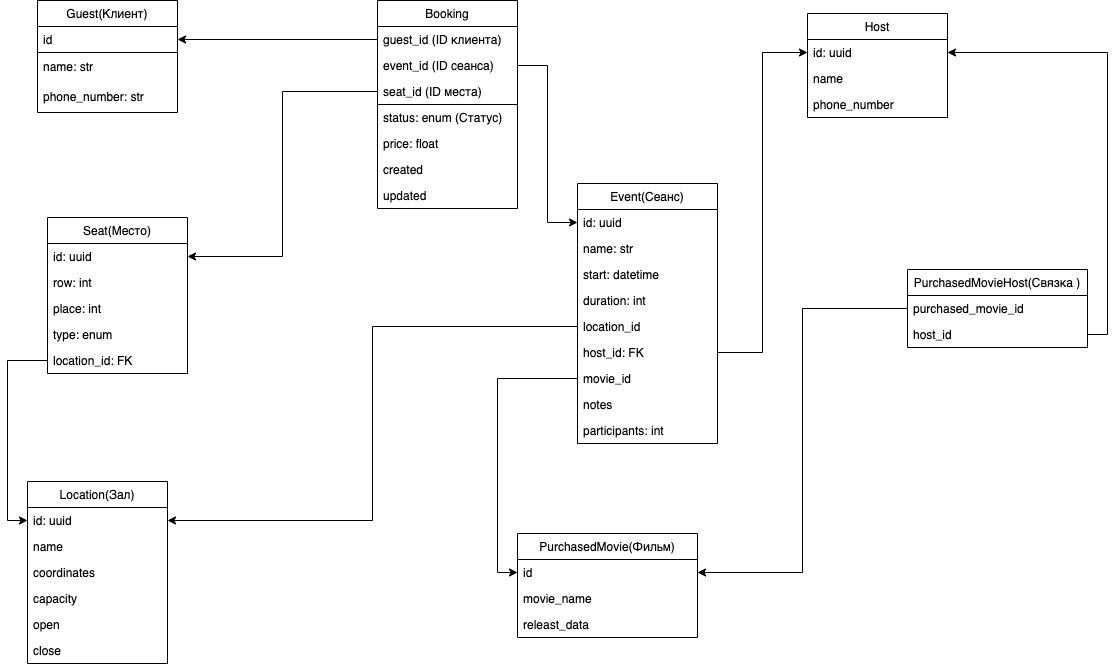
Before: docs/architecture/db-schema-v2.png, a diagram exported from draw.io (IRepeva/Booking_service). Source tidied: cells renumbered, new cells last; positions are measured from the earlier drawing's top-left corner, leaving out a move shared by most shapes.
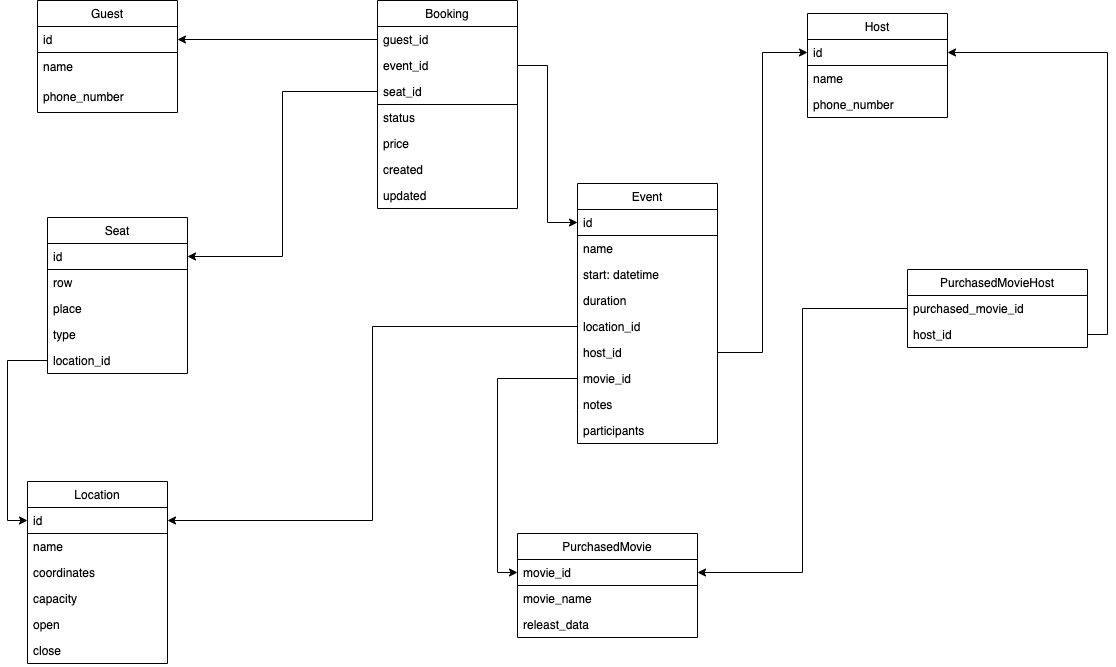
The same file after the commit.

What changed in the source:
```diff
@@ -2,25 +2,25 @@
   <root>
     <mxCell id="0" />
     <mxCell id="1" parent="0" />
-    <mxCell id="2" value="Event(Сеанс)" style="swimlane;fontStyle=0;horizontal=1;startSize=26;fillColor=none;" parent="1" vertex="1">
+    <mxCell id="2" value="Event" style="swimlane;fontStyle=0;horizontal=1;startSize=26;fillColor=none;" parent="1" vertex="1">
       <mxGeometry x="550" y="183" width="140" height="260" as="geometry" />
     </mxCell>
-    <mxCell id="3" value="id: uuid" style="text;strokeColor=none;fillColor=none;align=left;verticalAlign=top;spacingLeft=4;spacingRight=4;overflow=hidden;points=[[0,0.5],[1,0.5]];portConstraint=eastwest;" parent="2" vertex="1">
+    <mxCell id="3" value="id" style="text;strokeColor=default;fillColor=none;align=left;verticalAlign=top;spacingLeft=4;spacingRight=4;overflow=hidden;points=[[0,0.5],[1,0.5]];portConstraint=eastwest;" parent="2" vertex="1">
       <mxGeometry y="26" width="140" height="26" as="geometry" />
     </mxCell>
-    <mxCell id="4" value="name: str" style="text;strokeColor=none;fillColor=none;align=left;verticalAlign=top;spacingLeft=4;spacingRight=4;overflow=hidden;" parent="2" vertex="1">
+    <mxCell id="4" value="name" style="text;strokeColor=none;fillColor=none;align=left;verticalAlign=top;spacingLeft=4;spacingRight=4;overflow=hidden;" parent="2" vertex="1">
       <mxGeometry y="52" width="140" height="26" as="geometry" />
     </mxCell>
     <mxCell id="5" value="start: datetime" style="text;strokeColor=none;fillColor=none;align=left;verticalAlign=top;spacingLeft=4;spacingRight=4;overflow=hidden;" parent="2" vertex="1">
       <mxGeometry y="78" width="140" height="26" as="geometry" />
     </mxCell>
-    <mxCell id="6" value="duration: int" style="text;strokeColor=none;fillColor=none;align=left;verticalAlign=top;spacingLeft=4;spacingRight=4;overflow=hidden;" parent="2" vertex="1">
+    <mxCell id="6" value="duration" style="text;strokeColor=none;fillColor=none;align=left;verticalAlign=top;spacingLeft=4;spacingRight=4;overflow=hidden;" parent="2" vertex="1">
       <mxGeometry y="104" width="140" height="26" as="geometry" />
     </mxCell>
     <mxCell id="7" value="location_id" style="text;strokeColor=none;fillColor=none;align=left;verticalAlign=top;spacingLeft=4;spacingRight=4;overflow=hidden;points=[[0,0.5],[1,0.5]];portConstraint=eastwest;" parent="2" vertex="1">
       <mxGeometry y="130" width="140" height="26" as="geometry" />
     </mxCell>
-    <mxCell id="8" value="host_id: FK" style="text;strokeColor=none;fillColor=none;align=left;verticalAlign=top;spacingLeft=4;spacingRight=4;overflow=hidden;points=[[0,0.5],[1,0.5]];portConstraint=eastwest;" parent="2" vertex="1">
+    <mxCell id="8" value="host_id" style="text;strokeColor=none;fillColor=none;align=left;verticalAlign=top;spacingLeft=4;spacingRight=4;overflow=hidden;points=[[0,0.5],[1,0.5]];portConstraint=eastwest;" parent="2" vertex="1">
       <mxGeometry y="156" width="140" height="26" as="geometry" />
     </mxCell>
     <mxCell id="9" value="movie_id" style="text;strokeColor=none;fillColor=none;align=left;verticalAlign=top;spacingLeft=4;spacingRight=4;overflow=hidden;points=[[0,0.5],[1,0.5]];portConstraint=eastwest;" parent="2" vertex="1">
@@ -29,13 +29,13 @@
     <mxCell id="10" value="notes" style="text;strokeColor=none;fillColor=none;align=left;verticalAlign=top;spacingLeft=4;spacingRight=4;overflow=hidden;" parent="2" vertex="1">
       <mxGeometry y="208" width="140" height="26" as="geometry" />
     </mxCell>
-    <mxCell id="11" value="participants: int" style="text;strokeColor=none;fillColor=none;align=left;verticalAlign=top;spacingLeft=4;spacingRight=4;overflow=hidden;" parent="2" vertex="1">
+    <mxCell id="11" value="participants" style="text;strokeColor=none;fillColor=none;align=left;verticalAlign=top;spacingLeft=4;spacingRight=4;overflow=hidden;" parent="2" vertex="1">
       <mxGeometry y="234" width="140" height="26" as="geometry" />
     </mxCell>
-    <mxCell id="12" value="Location(Зал)" style="swimlane;fontStyle=0;horizontal=1;startSize=26;fillColor=none;fontColor=#000000;" parent="1" vertex="1">
+    <mxCell id="12" value="Location" style="swimlane;fontStyle=0;horizontal=1;startSize=26;fillColor=none;fontColor=#000000;" parent="1" vertex="1">
       <mxGeometry y="481" width="140" height="182" as="geometry" />
     </mxCell>
-    <mxCell id="13" value="id: uuid" style="text;strokeColor=none;fillColor=none;align=left;verticalAlign=top;spacingLeft=4;spacingRight=4;overflow=hidden;points=[[0,0.5],[1,0.5]];portConstraint=eastwest;" parent="12" vertex="1">
+    <mxCell id="13" value="id" style="text;strokeColor=default;fillColor=none;align=left;verticalAlign=top;spacingLeft=4;spacingRight=4;overflow=hidden;points=[[0,0.5],[1,0.5]];portConstraint=eastwest;" parent="12" vertex="1">
       <mxGeometry y="26" width="140" height="26" as="geometry" />
     </mxCell>
     <mxCell id="14" value="name" style="text;strokeColor=none;fillColor=none;align=left;verticalAlign=top;spacingLeft=4;spacingRight=4;overflow=hidden;" parent="12" vertex="1">
@@ -53,22 +53,22 @@
     <mxCell id="18" value="close" style="text;strokeColor=none;fillColor=none;align=left;verticalAlign=top;spacingLeft=4;spacingRight=4;overflow=hidden;" parent="12" vertex="1">
       <mxGeometry y="156" width="140" height="26" as="geometry" />
     </mxCell>
-    <mxCell id="19" value="Seat(Место)" style="swimlane;fontStyle=0;horizontal=1;startSize=26;fillColor=none;" parent="1" vertex="1">
+    <mxCell id="19" value="Seat" style="swimlane;fontStyle=0;horizontal=1;startSize=26;fillColor=none;" parent="1" vertex="1">
       <mxGeometry x="20" y="217" width="140" height="156" as="geometry" />
     </mxCell>
-    <mxCell id="20" value="id: uuid" style="text;strokeColor=none;fillColor=none;align=left;verticalAlign=top;spacingLeft=4;spacingRight=4;overflow=hidden;points=[[0,0.5],[1,0.5]];portConstraint=eastwest;" parent="19" vertex="1">
+    <mxCell id="20" value="id" style="text;strokeColor=default;fillColor=none;align=left;verticalAlign=top;spacingLeft=4;spacingRight=4;overflow=hidden;points=[[0,0.5],[1,0.5]];portConstraint=eastwest;" parent="19" vertex="1">
       <mxGeometry y="26" width="140" height="26" as="geometry" />
     </mxCell>
-    <mxCell id="21" value="row: int" style="text;strokeColor=none;fillColor=none;align=left;verticalAlign=top;spacingLeft=4;spacingRight=4;overflow=hidden;" parent="19" vertex="1">
+    <mxCell id="21" value="row" style="text;strokeColor=none;fillColor=none;align=left;verticalAlign=top;spacingLeft=4;spacingRight=4;overflow=hidden;" parent="19" vertex="1">
       <mxGeometry y="52" width="140" height="26" as="geometry" />
     </mxCell>
-    <mxCell id="22" value="place: int" style="text;strokeColor=none;fillColor=none;align=left;verticalAlign=top;spacingLeft=4;spacingRight=4;overflow=hidden;" parent="19" vertex="1">
+    <mxCell id="22" value="place" style="text;strokeColor=none;fillColor=none;align=left;verticalAlign=top;spacingLeft=4;spacingRight=4;overflow=hidden;" parent="19" vertex="1">
       <mxGeometry y="78" width="140" height="26" as="geometry" />
     </mxCell>
-    <mxCell id="23" value="type: enum" style="text;strokeColor=none;fillColor=none;align=left;verticalAlign=top;spacingLeft=4;spacingRight=4;overflow=hidden;" parent="19" vertex="1">
+    <mxCell id="23" value="type" style="text;strokeColor=none;fillColor=none;align=left;verticalAlign=top;spacingLeft=4;spacingRight=4;overflow=hidden;" parent="19" vertex="1">
       <mxGeometry y="104" width="140" height="26" as="geometry" />
     </mxCell>
-    <mxCell id="24" value="location_id: FK" style="text;strokeColor=none;fillColor=none;align=left;verticalAlign=top;spacingLeft=4;spacingRight=4;overflow=hidden;points=[[0,0.5],[1,0.5]];portConstraint=eastwest;" parent="19" vertex="1">
+    <mxCell id="24" value="location_id" style="text;strokeColor=none;fillColor=none;align=left;verticalAlign=top;spacingLeft=4;spacingRight=4;overflow=hidden;points=[[0,0.5],[1,0.5]];portConstraint=eastwest;" parent="19" vertex="1">
       <mxGeometry y="130" width="140" height="26" as="geometry" />
     </mxCell>
     <mxCell id="25" value="Booking" style="swimlane;fontStyle=0;horizontal=1;startSize=26;fillColor=none;" parent="1" vertex="1">
@@ -77,19 +77,19 @@
     <mxCell id="26" style="group;strokeColor=default;" parent="25" vertex="1">
       <mxGeometry y="26" width="140" height="78" as="geometry" />
     </mxCell>
-    <mxCell id="27" value="guest_id (ID клиента)" style="text;strokeColor=none;fillColor=none;align=left;verticalAlign=top;spacingLeft=4;spacingRight=4;overflow=hidden;points=[[0,0.5],[1,0.5]];portConstraint=eastwest;fontColor=#000000;" parent="26" vertex="1">
+    <mxCell id="27" value="guest_id" style="text;strokeColor=none;fillColor=none;align=left;verticalAlign=top;spacingLeft=4;spacingRight=4;overflow=hidden;points=[[0,0.5],[1,0.5]];portConstraint=eastwest;fontColor=#000000;" parent="26" vertex="1">
       <mxGeometry width="140" height="26" as="geometry" />
     </mxCell>
-    <mxCell id="28" value="event_id (ID сеанса)" style="text;strokeColor=none;fillColor=none;align=left;verticalAlign=top;spacingLeft=4;spacingRight=4;overflow=hidden;points=[[0,0.5],[1,0.5]];portConstraint=eastwest;" parent="26" vertex="1">
+    <mxCell id="28" value="event_id" style="text;strokeColor=none;fillColor=none;align=left;verticalAlign=top;spacingLeft=4;spacingRight=4;overflow=hidden;points=[[0,0.5],[1,0.5]];portConstraint=eastwest;" parent="26" vertex="1">
       <mxGeometry y="26" width="140" height="26" as="geometry" />
     </mxCell>
-    <mxCell id="29" value="seat_id (ID места)" style="text;strokeColor=none;fillColor=none;align=left;verticalAlign=top;spacingLeft=4;spacingRight=4;overflow=hidden;points=[[0,0.5],[1,0.5]];portConstraint=eastwest;" parent="26" vertex="1">
+    <mxCell id="29" value="seat_id" style="text;strokeColor=none;fillColor=none;align=left;verticalAlign=top;spacingLeft=4;spacingRight=4;overflow=hidden;points=[[0,0.5],[1,0.5]];portConstraint=eastwest;" parent="26" vertex="1">
       <mxGeometry y="52" width="140" height="26" as="geometry" />
     </mxCell>
-    <mxCell id="30" value="status: enum (Статус)" style="text;strokeColor=none;fillColor=none;align=left;verticalAlign=top;spacingLeft=4;spacingRight=4;overflow=hidden;" parent="25" vertex="1">
+    <mxCell id="30" value="status" style="text;strokeColor=none;fillColor=none;align=left;verticalAlign=top;spacingLeft=4;spacingRight=4;overflow=hidden;" parent="25" vertex="1">
       <mxGeometry y="104" width="140" height="26" as="geometry" />
     </mxCell>
-    <mxCell id="31" value="price: float" style="text;strokeColor=none;fillColor=none;align=left;verticalAlign=top;spacingLeft=4;spacingRight=4;overflow=hidden;" parent="25" vertex="1">
+    <mxCell id="31" value="price" style="text;strokeColor=none;fillColor=none;align=left;verticalAlign=top;spacingLeft=4;spacingRight=4;overflow=hidden;" parent="25" vertex="1">
       <mxGeometry y="130" width="140" height="26" as="geometry" />
     </mxCell>
     <mxCell id="32" value="created" style="text;strokeColor=none;fillColor=none;align=left;verticalAlign=top;spacingLeft=4;spacingRight=4;overflow=hidden;" parent="25" vertex="1">
@@ -101,7 +101,7 @@
     <mxCell id="34" value="Host" style="swimlane;fontStyle=0;horizontal=1;startSize=26;fillColor=none;" parent="1" vertex="1">
       <mxGeometry x="780" y="13" width="140" height="104" as="geometry" />
     </mxCell>
-    <mxCell id="35" value="id: uuid" style="text;strokeColor=none;fillColor=none;align=left;verticalAlign=top;spacingLeft=4;spacingRight=4;overflow=hidden;points=[[0,0.5],[1,0.5]];portConstraint=eastwest;" parent="34" vertex="1">
+    <mxCell id="35" value="id" style="text;strokeColor=default;fillColor=none;align=left;verticalAlign=top;spacingLeft=4;spacingRight=4;overflow=hidden;points=[[0,0.5],[1,0.5]];portConstraint=eastwest;" parent="34" vertex="1">
       <mxGeometry y="26" width="140" height="26" as="geometry" />
     </mxCell>
     <mxCell id="36" value="name" style="text;strokeColor=none;fillColor=none;align=left;verticalAlign=top;spacingLeft=4;spacingRight=4;overflow=hidden;" parent="34" vertex="1">
@@ -110,22 +110,22 @@
     <mxCell id="37" value="phone_number" style="text;strokeColor=none;fillColor=none;align=left;verticalAlign=top;spacingLeft=4;spacingRight=4;overflow=hidden;" parent="34" vertex="1">
       <mxGeometry y="78" width="140" height="26" as="geometry" />
     </mxCell>
-    <mxCell id="38" value="Guest(Клиент)" style="swimlane;fontStyle=0;horizontal=1;startSize=26;fillColor=none;" parent="1" vertex="1">
+    <mxCell id="38" value="Guest" style="swimlane;fontStyle=0;horizontal=1;startSize=26;fillColor=none;" parent="1" vertex="1">
       <mxGeometry x="10" width="140" height="112" as="geometry" />
     </mxCell>
     <mxCell id="39" value="id" style="text;align=left;verticalAlign=top;spacingLeft=4;spacingRight=4;overflow=hidden;points=[[0,0.5],[1,0.5]];portConstraint=eastwest;strokeColor=default;" parent="38" vertex="1">
       <mxGeometry y="26" width="140" height="26" as="geometry" />
     </mxCell>
-    <mxCell id="40" value="name: str" style="text;strokeColor=none;fillColor=none;align=left;verticalAlign=middle;spacingLeft=4;spacingRight=4;overflow=hidden;whiteSpace=wrap;html=1;" parent="38" vertex="1">
+    <mxCell id="40" value="name" style="text;strokeColor=none;fillColor=none;align=left;verticalAlign=middle;spacingLeft=4;spacingRight=4;overflow=hidden;whiteSpace=wrap;html=1;" parent="38" vertex="1">
       <mxGeometry y="52" width="140" height="30" as="geometry" />
     </mxCell>
-    <mxCell id="41" value="phone_number: str" style="text;strokeColor=none;fillColor=none;align=left;verticalAlign=middle;spacingLeft=4;spacingRight=4;overflow=hidden;whiteSpace=wrap;html=1;" parent="38" vertex="1">
+    <mxCell id="41" value="phone_number" style="text;strokeColor=none;fillColor=none;align=left;verticalAlign=middle;spacingLeft=4;spacingRight=4;overflow=hidden;whiteSpace=wrap;html=1;" parent="38" vertex="1">
       <mxGeometry y="82" width="140" height="30" as="geometry" />
     </mxCell>
-    <mxCell id="42" value="PurchasedMovie(Фильм)" style="swimlane;fontStyle=0;horizontal=1;startSize=26;fillColor=none;" parent="1" vertex="1">
+    <mxCell id="42" value="PurchasedMovie" style="swimlane;fontStyle=0;horizontal=1;startSize=26;fillColor=none;" parent="1" vertex="1">
       <mxGeometry x="490" y="533" width="180" height="104" as="geometry" />
     </mxCell>
-    <mxCell id="43" value="id" style="text;strokeColor=none;fillColor=none;align=left;verticalAlign=top;spacingLeft=4;spacingRight=4;overflow=hidden;points=[[0,0.5],[1,0.5]];portConstraint=eastwest;" parent="42" vertex="1">
+    <mxCell id="43" value="movie_id" style="text;strokeColor=default;fillColor=none;align=left;verticalAlign=top;spacingLeft=4;spacingRight=4;overflow=hidden;points=[[0,0.5],[1,0.5]];portConstraint=eastwest;" parent="42" vertex="1">
       <mxGeometry y="26" width="180" height="26" as="geometry" />
     </mxCell>
     <mxCell id="44" value="movie_name&#10;" style="text;strokeColor=none;fillColor=none;align=left;verticalAlign=top;spacingLeft=4;spacingRight=4;overflow=hidden;" parent="42" vertex="1">
@@ -155,7 +155,7 @@
     <mxCell id="52" style="edgeStyle=orthogonalEdgeStyle;rounded=0;jettySize=auto;html=1;exitX=0;exitY=0.5;exitDx=0;exitDy=0;entryX=0;entryY=0.5;entryDx=0;entryDy=0;fontColor=#0DFF05;" parent="1" edge="1" source="24" target="13">
       <mxGeometry relative="1" as="geometry" />
     </mxCell>
-    <mxCell id="53" value="PurchasedMovieHost(Связка )" style="swimlane;fontStyle=0;horizontal=1;startSize=26;fillColor=none;" parent="1" vertex="1">
+    <mxCell id="53" value="PurchasedMovieHost" style="swimlane;fontStyle=0;horizontal=1;startSize=26;fillColor=none;" parent="1" vertex="1">
       <mxGeometry x="880" y="269" width="180" height="78" as="geometry" />
     </mxCell>
     <mxCell id="54" value="purchased_movie_id" style="text;strokeColor=none;fillColor=none;align=left;verticalAlign=top;spacingLeft=4;spacingRight=4;overflow=hidden;points=[[0,0.5],[1,0.5]];portConstraint=eastwest;" parent="53" vertex="1">
```
